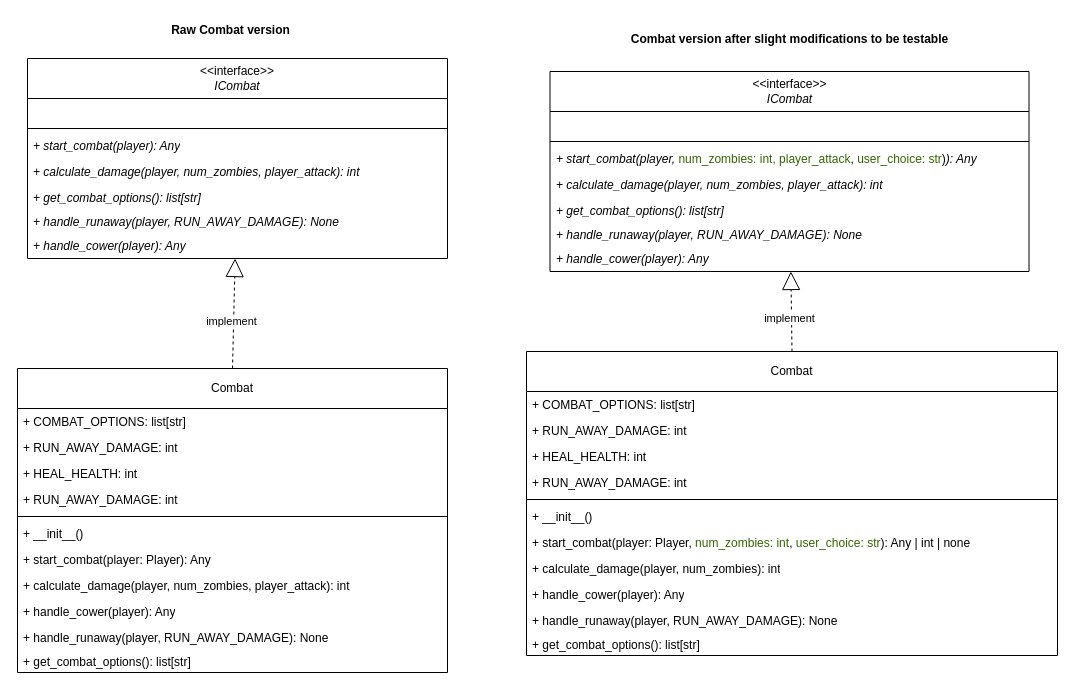
Before: page "combat_before" (1 of 2) of src/model/before_pattern.drawio in arsenie-sarmiento/ZombieInMyPocket, a draw.io diagram. Source tidied: cells renumbered, new cells numbered last; positions are measured from the earlier drawing's top-left corner, leaving out a move shared by most shapes. Both pictures are drawn from the tidied source at 100%, with x=0, y=0 at pixel (17, 17).
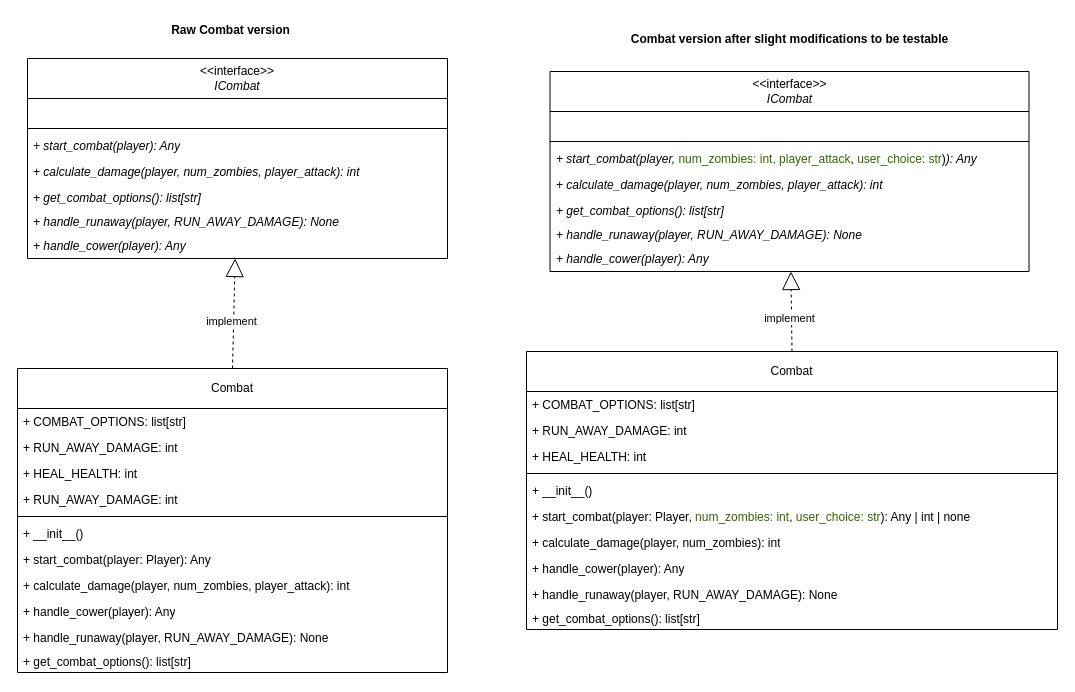
After the change.

The edit, as a diff of the source:
```diff
@@
     <mxCell id="26" value="Combat" style="swimlane;fontStyle=0;horizontal=1;startSize=40;fillColor=none;whiteSpace=wrap;html=1;" parent="1" vertex="1">
-      <mxGeometry x="509" y="334" width="531" height="304" as="geometry" />
+      <mxGeometry x="509" y="334" width="531" height="278" as="geometry" />
     </mxCell>
@@
-    <mxCell id="30" value="&lt;span style=&quot;color: rgb(0, 0, 0);&quot;&gt;+ RUN_AWAY_DAMAGE: int&lt;/span&gt;" style="text;strokeColor=none;fillColor=none;align=left;verticalAlign=top;spacingLeft=4;spacingRight=4;overflow=hidden;whiteSpace=wrap;html=1;" parent="26" vertex="1">
-      <mxGeometry y="118" width="531" height="26" as="geometry" />
-    </mxCell>
     <mxCell id="31" style="line;strokeWidth=1;fillColor=none;align=left;verticalAlign=middle;spacingTop=-1;spacingLeft=3;spacingRight=3;labelPosition=right;strokeColor=inherit;" parent="26" vertex="1">
-      <mxGeometry y="144" width="531" height="8" as="geometry" />
+      <mxGeometry y="118" width="531" height="8" as="geometry" />
     </mxCell>
     <mxCell id="32" value="+&amp;nbsp;__init__()" style="text;strokeColor=none;fillColor=none;align=left;verticalAlign=top;spacingLeft=4;spacingRight=4;overflow=hidden;whiteSpace=wrap;html=1;fontStyle=0;" parent="26" vertex="1">
-      <mxGeometry y="152" width="531" height="26" as="geometry" />
+      <mxGeometry y="126" width="531" height="26" as="geometry" />
     </mxCell>
     <mxCell id="33" value="+&amp;nbsp;start_combat(player: Player, &lt;font style=&quot;color: rgb(51, 102, 0);&quot;&gt;num_zombies: int&lt;/font&gt;,&amp;nbsp;&lt;font style=&quot;color: rgb(51, 102, 0);&quot;&gt;user_choice: str&lt;/font&gt;): Any | int | none" style="text;strokeColor=none;fillColor=none;align=left;verticalAlign=top;spacingLeft=4;spacingRight=4;overflow=hidden;whiteSpace=wrap;html=1;fontStyle=0;" parent="26" vertex="1">
-      <mxGeometry y="178" width="531" height="26" as="geometry" />
+      <mxGeometry y="152" width="531" height="26" as="geometry" />
     </mxCell>
     <mxCell id="34" value="+&amp;nbsp;calculate_damage(player, num_zombies): int" style="text;strokeColor=none;fillColor=none;align=left;verticalAlign=top;spacingLeft=4;spacingRight=4;overflow=hidden;whiteSpace=wrap;html=1;fontStyle=0;" parent="26" vertex="1">
-      <mxGeometry y="204" width="531" height="26" as="geometry" />
+      <mxGeometry y="178" width="531" height="26" as="geometry" />
     </mxCell>
     <mxCell id="35" value="+&amp;nbsp;handle_cower(player): Any" style="text;strokeColor=none;fillColor=none;align=left;verticalAlign=top;spacingLeft=4;spacingRight=4;overflow=hidden;whiteSpace=wrap;html=1;fontStyle=0;" parent="26" vertex="1">
-      <mxGeometry y="230" width="531" height="26" as="geometry" />
+      <mxGeometry y="204" width="531" height="26" as="geometry" />
     </mxCell>
     <mxCell id="36" value="+&amp;nbsp;handle_runaway(player, RUN_AWAY_DAMAGE): None" style="text;strokeColor=none;fillColor=none;align=left;verticalAlign=top;spacingLeft=4;spacingRight=4;overflow=hidden;whiteSpace=wrap;html=1;fontStyle=0;" parent="26" vertex="1">
-      <mxGeometry y="256" width="531" height="24" as="geometry" />
+      <mxGeometry y="230" width="531" height="24" as="geometry" />
     </mxCell>
     <mxCell id="37" value="+&amp;nbsp;get_combat_options():&amp;nbsp;&lt;span style=&quot;color: rgb(0, 0, 0);&quot;&gt;list[str]&lt;/span&gt;" style="text;strokeColor=none;fillColor=none;align=left;verticalAlign=top;spacingLeft=4;spacingRight=4;overflow=hidden;whiteSpace=wrap;html=1;fontStyle=0;" parent="26" vertex="1">
-      <mxGeometry y="280" width="531" height="24" as="geometry" />
+      <mxGeometry y="254" width="531" height="24" as="geometry" />
     </mxCell>
```
